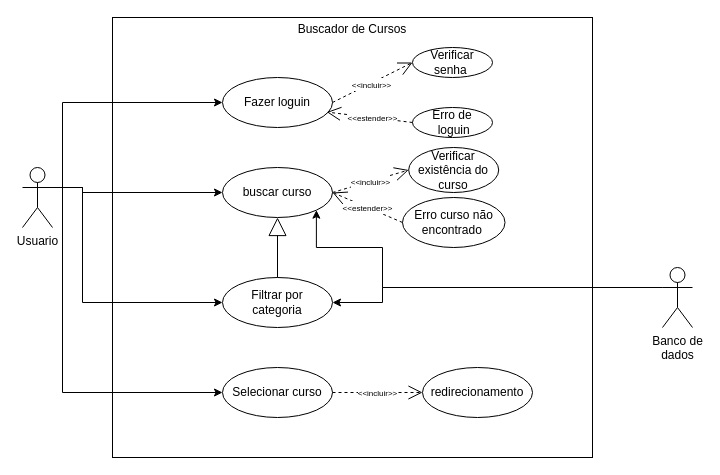
This is page "Página-1" (1 of 2) of Projeto de software/Diagramação/diagrama_de_caso_de_uso-buscador.drawio from FG333k/Arquivos_Facudade, a draw.io file, before an edit. Source tidied: cells renumbered, new cells numbered last; positions are measured from the earlier drawing's top-left corner, leaving out a move shared by most shapes. Both pictures are drawn from the tidied source at 100%, with x=0, y=0 at pixel (22, 17).
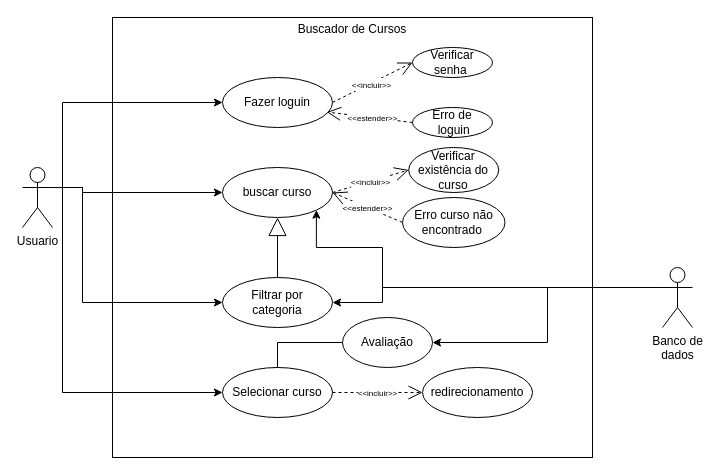
After the change.

Commit message (it also covers changes not shown here):
Melhorias Chat

Unchanged cells that the change refers to:
```xml
<mxCell id="5" value="Selecionar curso" style="ellipse;whiteSpace=wrap;html=1;" parent="1" vertex="1">
  <mxGeometry x="200" y="350" width="110" height="50" as="geometry" />
</mxCell>
<mxCell id="15" value="Banco de&lt;div&gt;dados&lt;/div&gt;" style="shape=umlActor;verticalLabelPosition=bottom;verticalAlign=top;html=1;" parent="1" vertex="1">
  <mxGeometry x="640" y="250" width="30" height="60" as="geometry" />
</mxCell>
```

What changed in the source:
```diff
@@
+    <mxCell id="27" style="edgeStyle=orthogonalEdgeStyle;rounded=0;jettySize=auto;html=1;exitX=0;exitY=0.3333333333333333;exitDx=0;exitDy=0;exitPerimeter=0;entryX=1;entryY=0.5;entryDx=0;entryDy=0;" parent="1" edge="1" source="15" target="29">
+      <mxGeometry relative="1" as="geometry" />
+    </mxCell>
@@
+    <mxCell id="28" style="edgeStyle=orthogonalEdgeStyle;rounded=0;jettySize=auto;html=1;exitX=0;exitY=0.5;exitDx=0;exitDy=0;entryX=0.5;entryY=0;entryDx=0;entryDy=0;endArrow=none;startFill=0;" parent="1" edge="1" source="29" target="5">
+      <mxGeometry relative="1" as="geometry" />
+    </mxCell>
+    <mxCell id="29" value="Avaliação" style="ellipse;whiteSpace=wrap;html=1;" parent="1" vertex="1">
+      <mxGeometry x="320" y="300" width="90" height="50" as="geometry" />
+    </mxCell>
```
